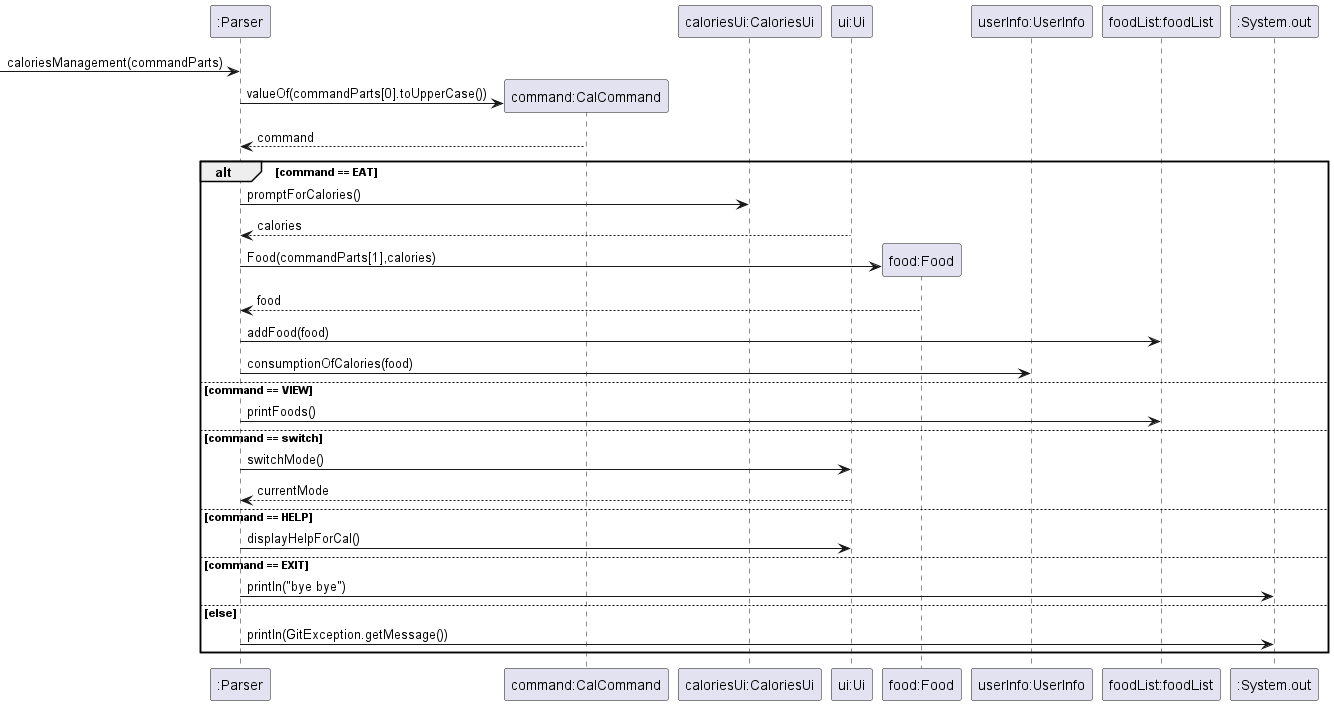
LuoYu-uwu/tp keeps this PlantUML diagram as docs/diagrams/caloriesManagement.png. Above is the earlier version.
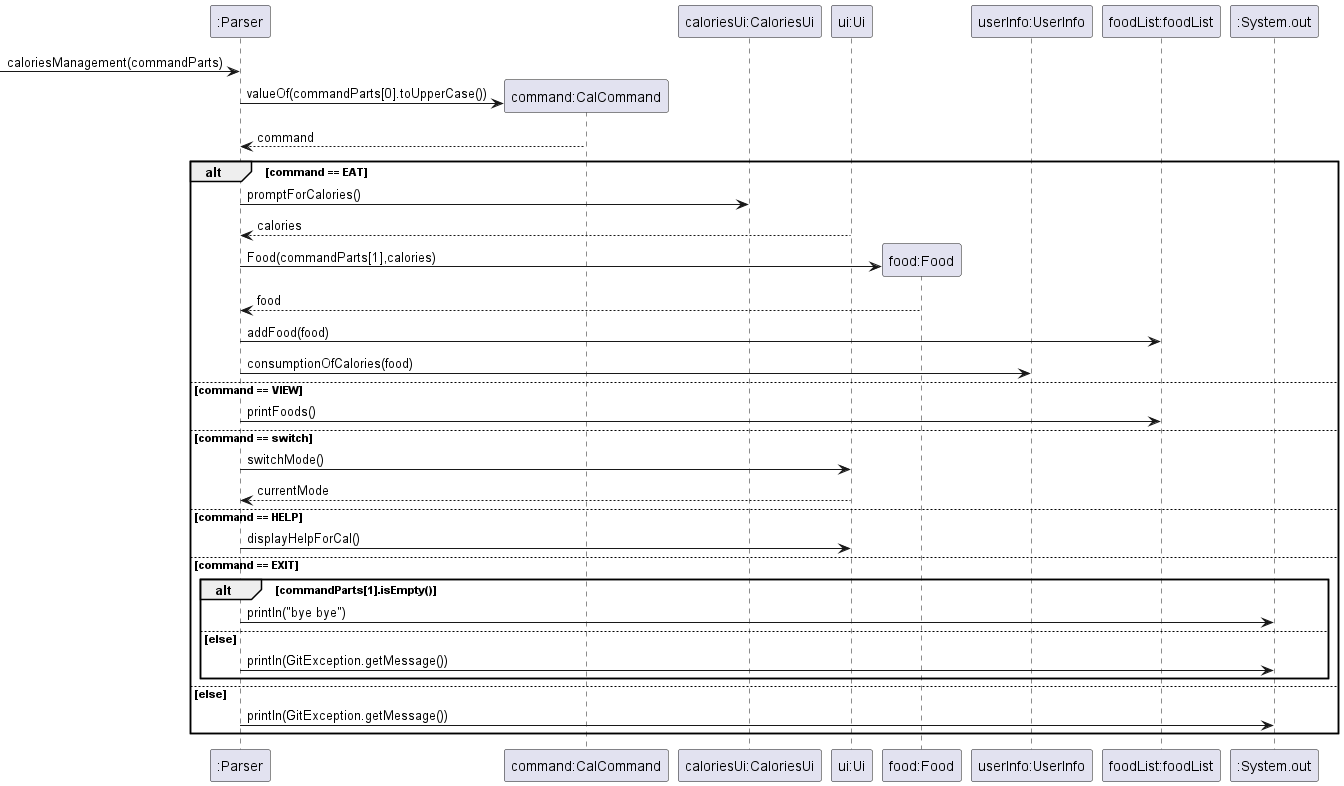
After the change.

Commit message:
Update the old sequence diagram

The edit, as a diff of the source:
```diff
@@ -30,7 +30,11 @@
 else command == HELP
     p -> ui : displayHelpForCal()
 else command == EXIT
-    p -> sys : println("bye bye")
+    alt commandParts[1].isEmpty()
+            p -> sys : println("bye bye")
+    else else
+             p -> sys : println(GitException.getMessage())
+    end
 else else
     p -> sys : println(GitException.getMessage())
 end
```
